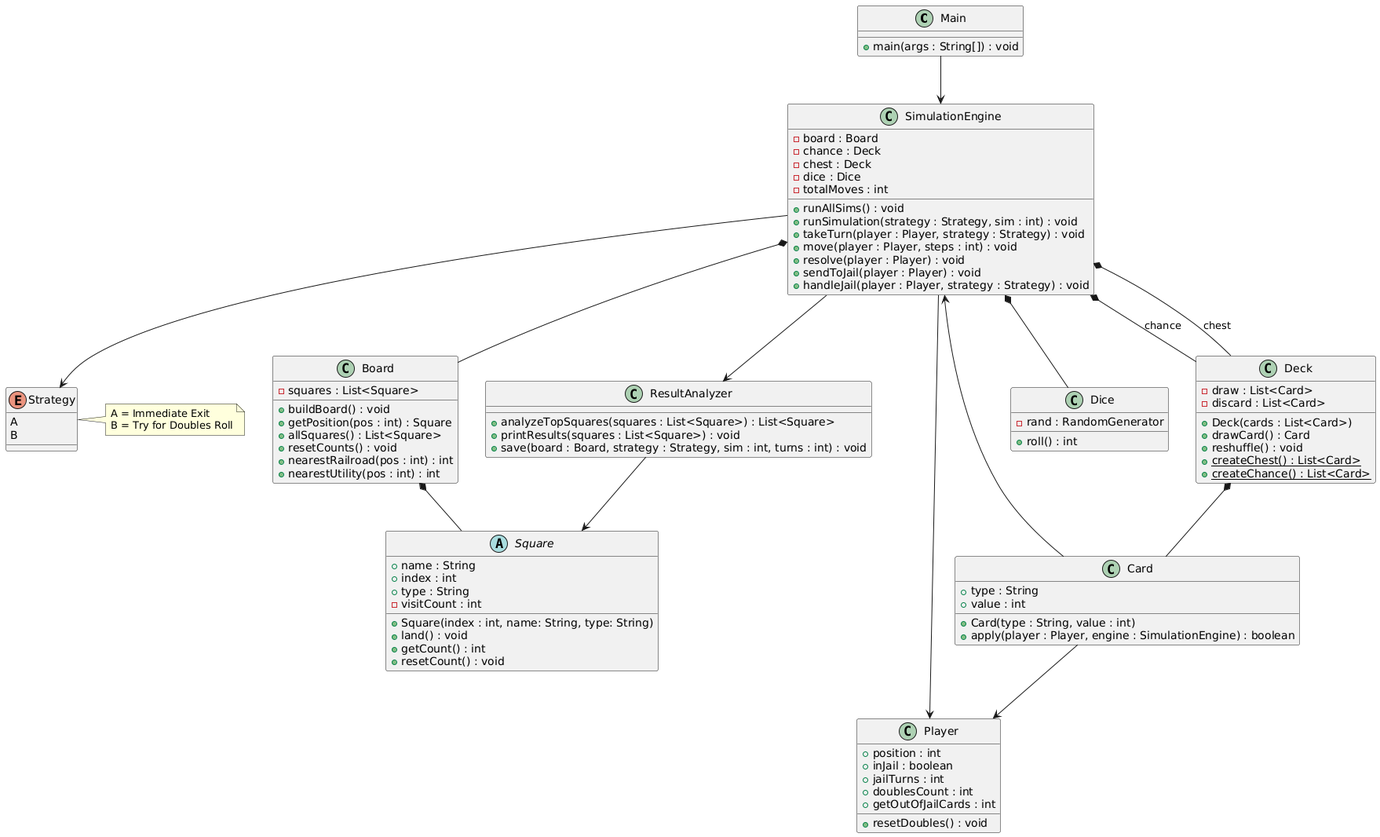
keanu-cruz/CS2430_Programming_Project_4 keeps this PlantUML diagram as docs/MonopolyUML.png. Above is the earlier version.
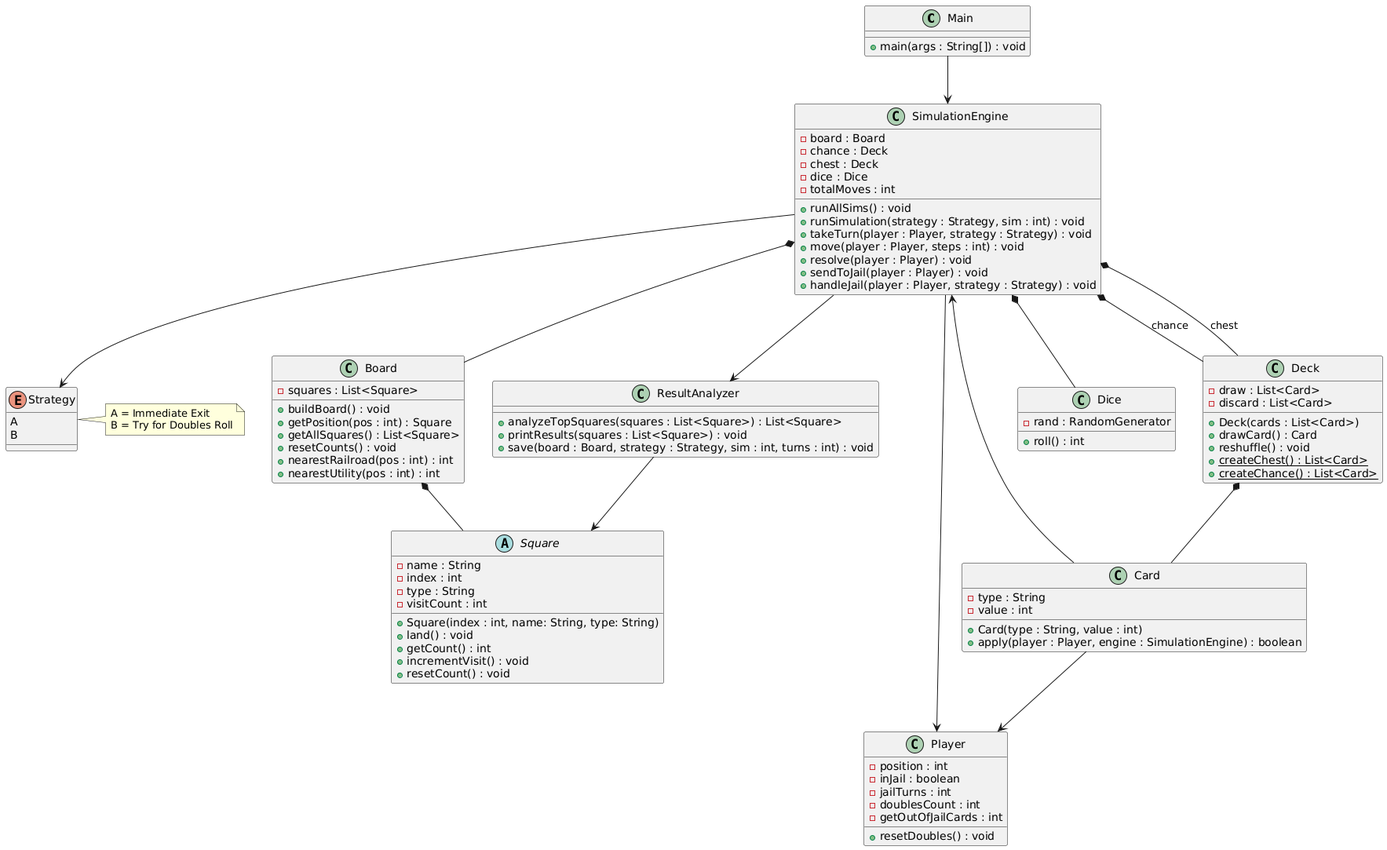
After the commit.

Commit message:
Updated Fields to Private

Diff of the diagram source:
```diff
@@ -40,27 +40,28 @@
     - squares : List<Square>
     + buildBoard() : void
     + getPosition(pos : int) : Square
-    + allSquares() : List<Square>
+    + getAllSquares() : List<Square>
     + resetCounts() : void
     + nearestRailroad(pos : int) : int
     + nearestUtility(pos : int) : int
   }
 
   abstract class Square {
-    + name : String
-    + index : int
-    + type : String
+    - name : String
+    - index : int
+    - type : String
     - visitCount : int
     + Square(index : int, name: String, type: String)
     + land() : void
     + getCount() : int
+    + incrementVisit() : void
     + resetCount() : void
   }
 
 
   class Card {
-    + type : String
-    + value : int
+    - type : String
+    - value : int
     + Card(type : String, value : int)
     + apply(player : Player, engine : SimulationEngine) : boolean
 
@@ -77,11 +78,11 @@
   }
 
   class Player {
-    + position : int
-    + inJail : boolean
-    + jailTurns : int
-    + doublesCount : int
-    + getOutOfJailCards : int
+    - position : int
+    - inJail : boolean
+    - jailTurns : int
+    - doublesCount : int
+    - getOutOfJailCards : int
     + resetDoubles() : void
   }
 
```
